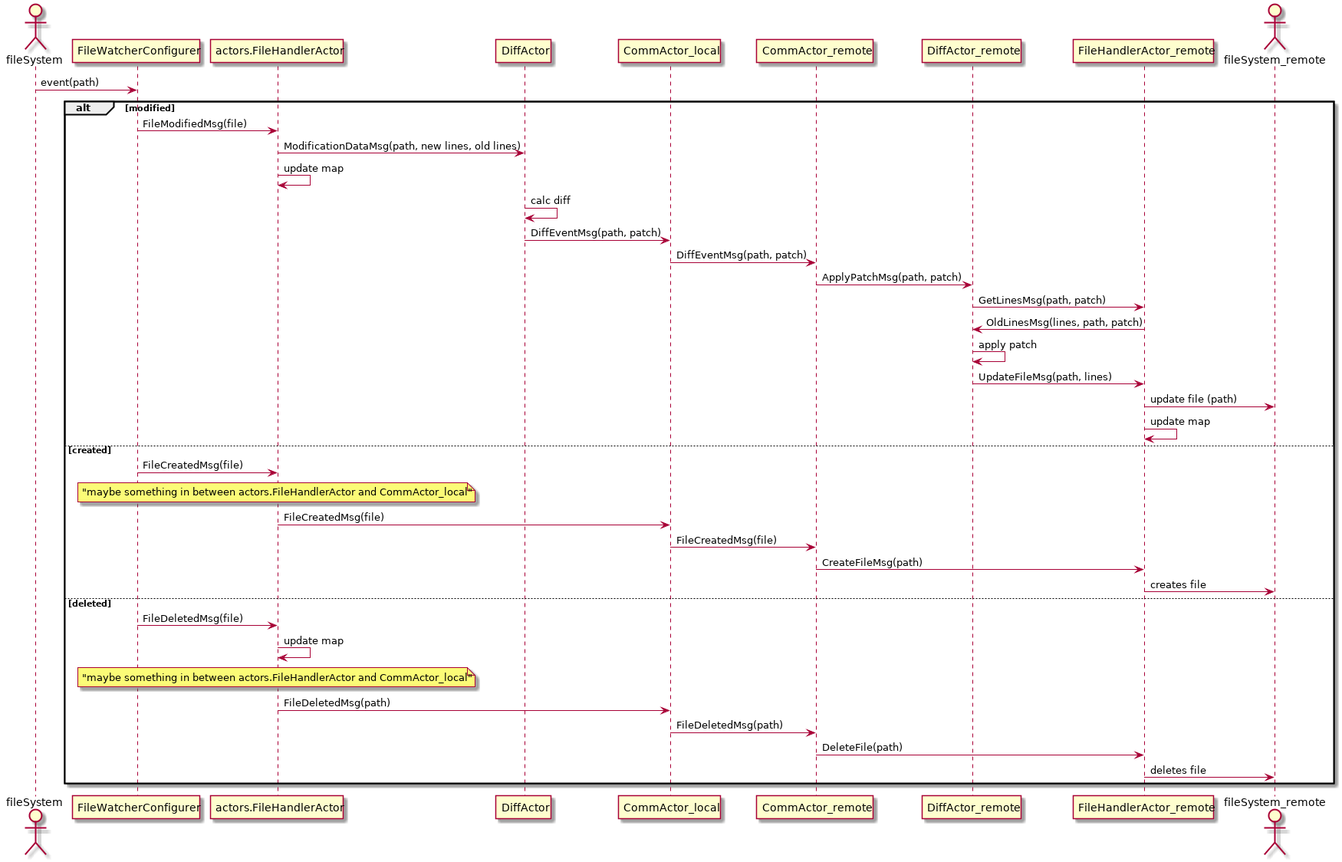
Before: docs/basicSeq.png, a diagram exported from PlantUML (Goolue/fileSyncr).
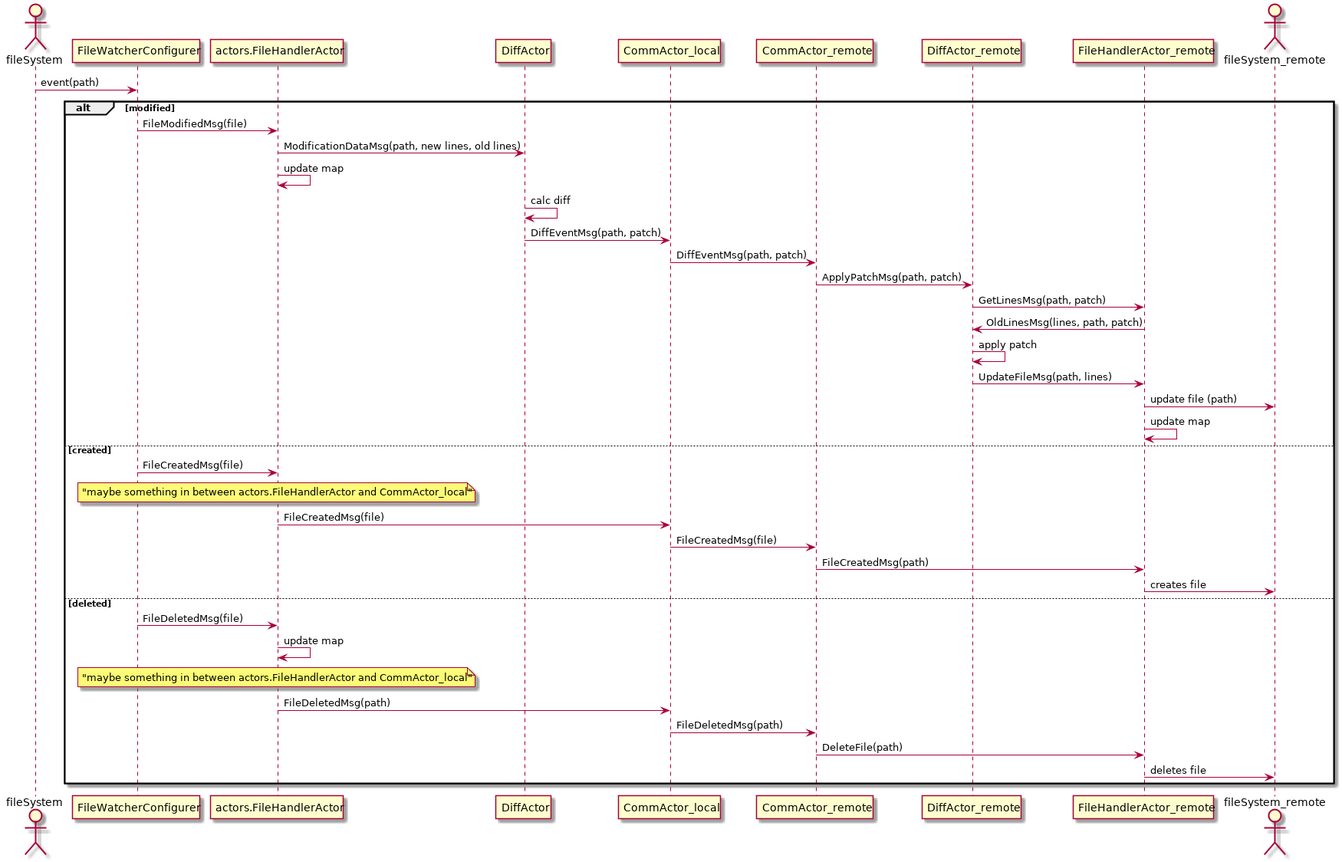
The same file after the commit.

Commit message:
rebuilt diagram

Change to the diagram source:
```diff
@@ -36,7 +36,7 @@
 		endnote
 		actors.FileHandlerActor -> CommActor_local : FileCreatedMsg(file)
 		CommActor_local -> CommActor_remote : FileCreatedMsg(file)
-		CommActor_remote -> FileHandlerActor_remote : CreateFileMsg(path)
+		CommActor_remote -> FileHandlerActor_remote : FileCreatedMsg(path)
 		FileHandlerActor_remote -> fileSystem_remote : creates file
 
 	else deleted
```
